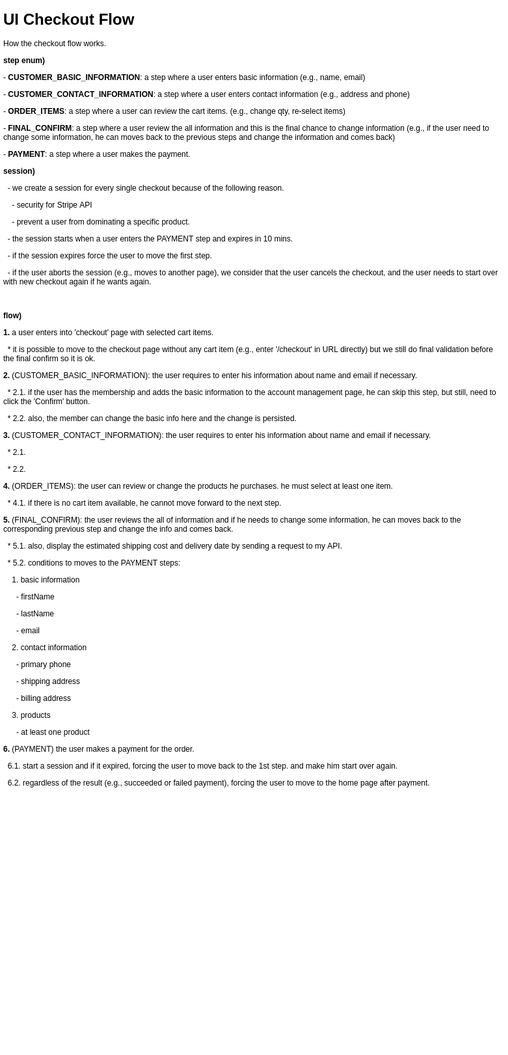
Before: ui-checkout-flow.png, a diagram exported from draw.io (stsiwo/e-commerce-starter-kits). Source tidied: cells renumbered, new cells last; positions are measured from the earlier drawing's top-left corner, leaving out a move shared by most shapes.
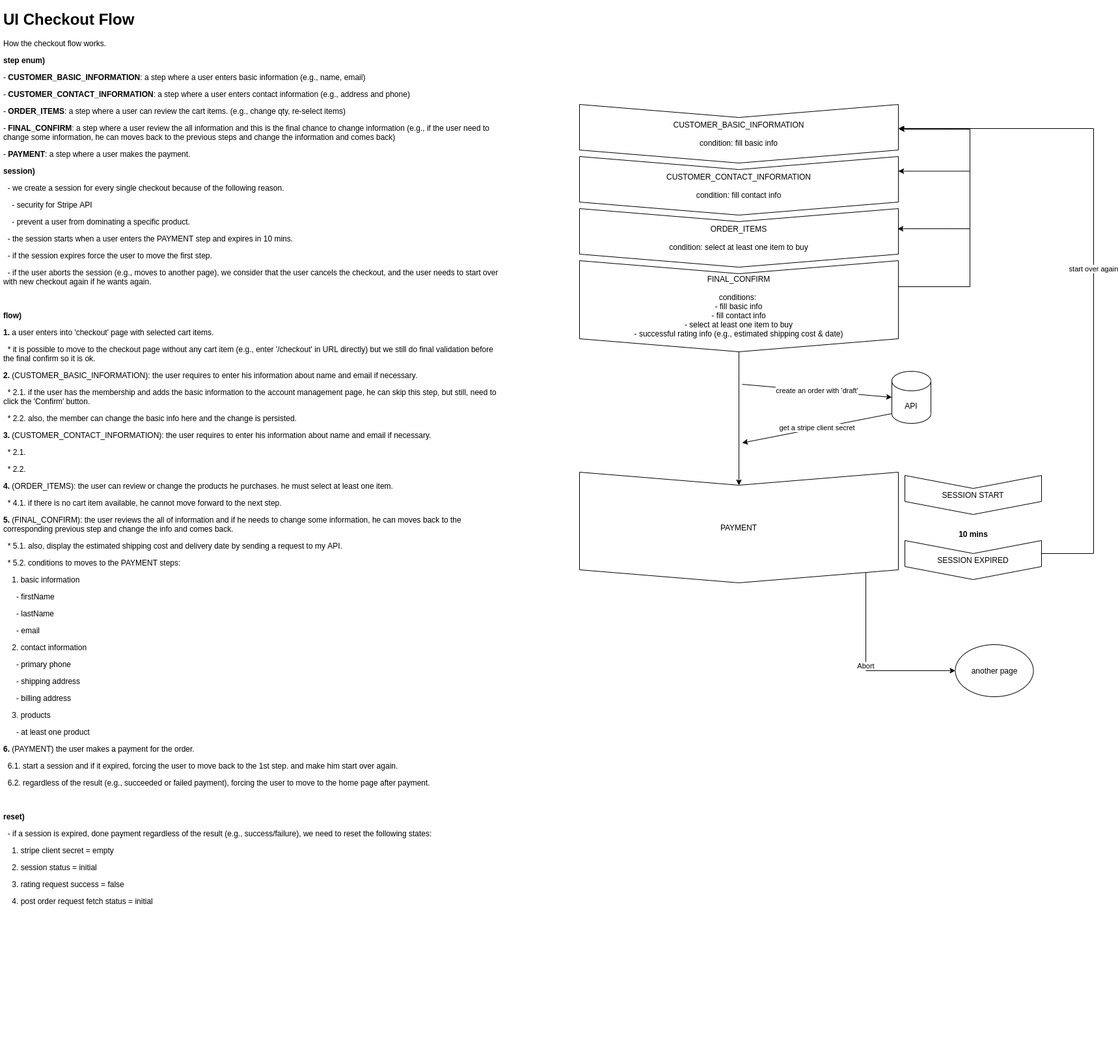
The same diagram one commit later.

Diff of the diagram source:
```diff
@@ -2,8 +2,90 @@
   <root>
     <mxCell id="0" />
     <mxCell id="1" parent="0" />
-    <mxCell id="2" value="&lt;h1&gt;UI Checkout Flow&lt;/h1&gt;&lt;p&gt;How the checkout flow works.&lt;/p&gt;&lt;p&gt;&lt;b&gt;step enum)&lt;/b&gt;&lt;/p&gt;&lt;p&gt;- &lt;b&gt;CUSTOMER_BASIC_INFORMATION&lt;/b&gt;: a step where a user enters basic information (e.g., name, email)&lt;/p&gt;&lt;p&gt;- &lt;b&gt;CUSTOMER_CONTACT_INFORMATION&lt;/b&gt;: a step where a user enters contact information (e.g., address and phone)&lt;/p&gt;&lt;p&gt;- &lt;b&gt;ORDER_ITEMS&lt;/b&gt;: a step where a user can review the cart items. (e.g., change qty, re-select items)&lt;/p&gt;&lt;p&gt;- &lt;b&gt;FINAL_CONFIRM&lt;/b&gt;: a step where a user review the all information and this is the final chance to change information (e.g., if the user need to change some information, he can moves back to the previous steps and change the information and comes back)&lt;/p&gt;&lt;p&gt;- &lt;b&gt;PAYMENT&lt;/b&gt;: a step where a user makes the payment.&lt;/p&gt;&lt;p&gt;&lt;b&gt;session)&lt;/b&gt;&lt;/p&gt;&lt;p&gt;&lt;b&gt;&amp;nbsp; &lt;/b&gt;- we create a session for every single checkout because of the following reason.&lt;/p&gt;&lt;p&gt;&amp;nbsp; &amp;nbsp; - security for Stripe API&lt;/p&gt;&lt;p&gt;&amp;nbsp; &amp;nbsp; - prevent a user from dominating a specific product.&lt;/p&gt;&lt;p&gt;&amp;nbsp; - the session starts when a user enters the PAYMENT step and expires in 10 mins.&lt;/p&gt;&lt;p&gt;&amp;nbsp; - if the session expires force the user to move the first step.&amp;nbsp;&lt;/p&gt;&lt;p&gt;&amp;nbsp; - if the user aborts the session (e.g., moves to another page), we consider that the user cancels the checkout, and the user needs to start over with new checkout again if he wants again.&lt;/p&gt;&lt;p&gt;&lt;br&gt;&lt;/p&gt;&lt;p&gt;&lt;b&gt;flow)&lt;/b&gt;&lt;/p&gt;&lt;p&gt;&lt;b&gt;1.&lt;/b&gt; a user enters into 'checkout' page with selected cart items.&lt;/p&gt;&lt;p&gt;&amp;nbsp; * it is possible to move to the checkout page without any cart item (e.g., enter '/checkout' in URL directly) but we still do final validation before the final confirm so it is ok.&lt;/p&gt;&lt;p&gt;&lt;b&gt;2.&lt;/b&gt; (CUSTOMER_BASIC_INFORMATION): the user requires to enter his information about name and email if necessary.&lt;/p&gt;&lt;p&gt;&amp;nbsp; * 2.1. if the user has the membership and adds the basic information to the account management page, he can skip this step, but still, need to click the 'Confirm' button.&lt;/p&gt;&lt;p&gt;&amp;nbsp; * 2.2. also, the member can change the basic info here and the change is persisted.&lt;/p&gt;&lt;p&gt;&lt;b&gt;3.&lt;/b&gt; (CUSTOMER_CONTACT_INFORMATION): the user requires to enter his information about name and email if necessary.&lt;/p&gt;&lt;p&gt;&amp;nbsp; * 2.1.&amp;nbsp;&lt;/p&gt;&lt;p&gt;&amp;nbsp; * 2.2.&lt;/p&gt;&lt;p&gt;&lt;b&gt;4.&lt;/b&gt; (ORDER_ITEMS): the user can review or change the products he purchases. he must select at least one item.&amp;nbsp;&lt;/p&gt;&lt;p&gt;&amp;nbsp; * 4.1. if there is no cart item available, he cannot move forward to the next step.&amp;nbsp;&lt;/p&gt;&lt;p&gt;&lt;b&gt;5.&lt;/b&gt; (FINAL_CONFIRM): the user reviews the all of information and if he needs to change some information, he can moves back to the corresponding previous step and change the info and comes back.&amp;nbsp;&lt;/p&gt;&lt;p&gt;&amp;nbsp; * 5.1. also, display the estimated shipping cost and delivery date by sending a request to my API.&lt;/p&gt;&lt;p&gt;&amp;nbsp; * 5.2. conditions to moves to the PAYMENT steps:&lt;/p&gt;&lt;p&gt;&amp;nbsp; &amp;nbsp; 1. basic information&lt;/p&gt;&lt;p&gt;&amp;nbsp; &amp;nbsp; &amp;nbsp; - firstName&lt;/p&gt;&lt;p&gt;&amp;nbsp; &amp;nbsp; &amp;nbsp; - lastName&lt;/p&gt;&lt;p&gt;&amp;nbsp; &amp;nbsp; &amp;nbsp; - email&amp;nbsp;&lt;/p&gt;&lt;p&gt;&amp;nbsp; &amp;nbsp; 2. contact information&lt;/p&gt;&lt;p&gt;&amp;nbsp; &amp;nbsp; &amp;nbsp; - primary phone&lt;/p&gt;&lt;p&gt;&amp;nbsp; &amp;nbsp; &amp;nbsp; - shipping address&lt;/p&gt;&lt;p&gt;&amp;nbsp; &amp;nbsp; &amp;nbsp; - billing address&lt;/p&gt;&lt;p&gt;&amp;nbsp; &amp;nbsp; 3. products&lt;/p&gt;&lt;p&gt;&amp;nbsp; &amp;nbsp; &amp;nbsp; - at least one product&lt;/p&gt;&lt;p&gt;&lt;b&gt;6.&lt;/b&gt; (PAYMENT) the user makes a payment for the order.&lt;/p&gt;&lt;p&gt;&amp;nbsp; 6.1. start a session and if it expired, forcing the user to move back to the 1st step. and make him start over again.&lt;/p&gt;&lt;p&gt;&amp;nbsp; 6.2. regardless of the result (e.g., succeeded or failed payment), forcing the user to move to the home page after payment.&amp;nbsp;&amp;nbsp;&lt;/p&gt;&lt;p&gt;&lt;br&gt;&lt;/p&gt;" style="text;html=1;strokeColor=none;fillColor=none;spacing=5;spacingTop=-20;whiteSpace=wrap;overflow=hidden;rounded=0;" parent="1" vertex="1">
+    <mxCell id="2" value="&lt;h1&gt;UI Checkout Flow&lt;/h1&gt;&lt;p&gt;How the checkout flow works.&lt;/p&gt;&lt;p&gt;&lt;b&gt;step enum)&lt;/b&gt;&lt;/p&gt;&lt;p&gt;- &lt;b&gt;CUSTOMER_BASIC_INFORMATION&lt;/b&gt;: a step where a user enters basic information (e.g., name, email)&lt;/p&gt;&lt;p&gt;- &lt;b&gt;CUSTOMER_CONTACT_INFORMATION&lt;/b&gt;: a step where a user enters contact information (e.g., address and phone)&lt;/p&gt;&lt;p&gt;- &lt;b&gt;ORDER_ITEMS&lt;/b&gt;: a step where a user can review the cart items. (e.g., change qty, re-select items)&lt;/p&gt;&lt;p&gt;- &lt;b&gt;FINAL_CONFIRM&lt;/b&gt;: a step where a user review the all information and this is the final chance to change information (e.g., if the user need to change some information, he can moves back to the previous steps and change the information and comes back)&lt;/p&gt;&lt;p&gt;- &lt;b&gt;PAYMENT&lt;/b&gt;: a step where a user makes the payment.&lt;/p&gt;&lt;p&gt;&lt;b&gt;session)&lt;/b&gt;&lt;/p&gt;&lt;p&gt;&lt;b&gt;&amp;nbsp; &lt;/b&gt;- we create a session for every single checkout because of the following reason.&lt;/p&gt;&lt;p&gt;&amp;nbsp; &amp;nbsp; - security for Stripe API&lt;/p&gt;&lt;p&gt;&amp;nbsp; &amp;nbsp; - prevent a user from dominating a specific product.&lt;/p&gt;&lt;p&gt;&amp;nbsp; - the session starts when a user enters the PAYMENT step and expires in 10 mins.&lt;/p&gt;&lt;p&gt;&amp;nbsp; - if the session expires force the user to move the first step.&amp;nbsp;&lt;/p&gt;&lt;p&gt;&amp;nbsp; - if the user aborts the session (e.g., moves to another page), we consider that the user cancels the checkout, and the user needs to start over with new checkout again if he wants again.&lt;/p&gt;&lt;p&gt;&lt;br&gt;&lt;/p&gt;&lt;p&gt;&lt;b&gt;flow)&lt;/b&gt;&lt;/p&gt;&lt;p&gt;&lt;b&gt;1.&lt;/b&gt; a user enters into 'checkout' page with selected cart items.&lt;/p&gt;&lt;p&gt;&amp;nbsp; * it is possible to move to the checkout page without any cart item (e.g., enter '/checkout' in URL directly) but we still do final validation before the final confirm so it is ok.&lt;/p&gt;&lt;p&gt;&lt;b&gt;2.&lt;/b&gt; (CUSTOMER_BASIC_INFORMATION): the user requires to enter his information about name and email if necessary.&lt;/p&gt;&lt;p&gt;&amp;nbsp; * 2.1. if the user has the membership and adds the basic information to the account management page, he can skip this step, but still, need to click the 'Confirm' button.&lt;/p&gt;&lt;p&gt;&amp;nbsp; * 2.2. also, the member can change the basic info here and the change is persisted.&lt;/p&gt;&lt;p&gt;&lt;b&gt;3.&lt;/b&gt; (CUSTOMER_CONTACT_INFORMATION): the user requires to enter his information about name and email if necessary.&lt;/p&gt;&lt;p&gt;&amp;nbsp; * 2.1.&amp;nbsp;&lt;/p&gt;&lt;p&gt;&amp;nbsp; * 2.2.&lt;/p&gt;&lt;p&gt;&lt;b&gt;4.&lt;/b&gt; (ORDER_ITEMS): the user can review or change the products he purchases. he must select at least one item.&amp;nbsp;&lt;/p&gt;&lt;p&gt;&amp;nbsp; * 4.1. if there is no cart item available, he cannot move forward to the next step.&amp;nbsp;&lt;/p&gt;&lt;p&gt;&lt;b&gt;5.&lt;/b&gt; (FINAL_CONFIRM): the user reviews the all of information and if he needs to change some information, he can moves back to the corresponding previous step and change the info and comes back.&amp;nbsp;&lt;/p&gt;&lt;p&gt;&amp;nbsp; * 5.1. also, display the estimated shipping cost and delivery date by sending a request to my API.&lt;/p&gt;&lt;p&gt;&amp;nbsp; * 5.2. conditions to moves to the PAYMENT steps:&lt;/p&gt;&lt;p&gt;&amp;nbsp; &amp;nbsp; 1. basic information&lt;/p&gt;&lt;p&gt;&amp;nbsp; &amp;nbsp; &amp;nbsp; - firstName&lt;/p&gt;&lt;p&gt;&amp;nbsp; &amp;nbsp; &amp;nbsp; - lastName&lt;/p&gt;&lt;p&gt;&amp;nbsp; &amp;nbsp; &amp;nbsp; - email&amp;nbsp;&lt;/p&gt;&lt;p&gt;&amp;nbsp; &amp;nbsp; 2. contact information&lt;/p&gt;&lt;p&gt;&amp;nbsp; &amp;nbsp; &amp;nbsp; - primary phone&lt;/p&gt;&lt;p&gt;&amp;nbsp; &amp;nbsp; &amp;nbsp; - shipping address&lt;/p&gt;&lt;p&gt;&amp;nbsp; &amp;nbsp; &amp;nbsp; - billing address&lt;/p&gt;&lt;p&gt;&amp;nbsp; &amp;nbsp; 3. products&lt;/p&gt;&lt;p&gt;&amp;nbsp; &amp;nbsp; &amp;nbsp; - at least one product&lt;/p&gt;&lt;p&gt;&lt;b&gt;6.&lt;/b&gt; (PAYMENT) the user makes a payment for the order.&lt;/p&gt;&lt;p&gt;&amp;nbsp; 6.1. start a session and if it expired, forcing the user to move back to the 1st step. and make him start over again.&lt;/p&gt;&lt;p&gt;&amp;nbsp; 6.2. regardless of the result (e.g., succeeded or failed payment), forcing the user to move to the home page after payment.&amp;nbsp;&amp;nbsp;&lt;/p&gt;&lt;p&gt;&lt;br&gt;&lt;/p&gt;&lt;p&gt;&lt;b&gt;reset)&lt;/b&gt;&lt;/p&gt;&lt;p&gt;&amp;nbsp; - if a session is expired, done payment regardless of the result (e.g., success/failure), we need to reset the following states:&lt;/p&gt;&lt;p&gt;&amp;nbsp; &amp;nbsp; 1. stripe client secret = empty&lt;/p&gt;&lt;p&gt;&amp;nbsp; &amp;nbsp; 2. session status = initial&lt;/p&gt;&lt;p&gt;&amp;nbsp; &amp;nbsp; 3. rating request success = false&lt;/p&gt;&lt;p&gt;&amp;nbsp; &amp;nbsp; 4. post order request fetch status = initial&lt;/p&gt;" style="text;html=1;strokeColor=none;fillColor=none;spacing=5;spacingTop=-20;whiteSpace=wrap;overflow=hidden;rounded=0;" parent="1" vertex="1">
       <mxGeometry width="780" height="1610" as="geometry" />
     </mxCell>
+    <mxCell id="3" value="CUSTOMER_BASIC_INFORMATION&lt;br&gt;&lt;br&gt;condition: fill basic info" style="shape=step;perimeter=stepPerimeter;whiteSpace=wrap;html=1;fixedSize=1;direction=south;" parent="1" vertex="1">
+      <mxGeometry x="890" y="150" width="490" height="90" as="geometry" />
+    </mxCell>
+    <mxCell id="4" value="CUSTOMER_CONTACT_INFORMATION&lt;br&gt;&lt;br&gt;condition: fill contact info" style="shape=step;perimeter=stepPerimeter;whiteSpace=wrap;html=1;fixedSize=1;direction=south;" parent="1" vertex="1">
+      <mxGeometry x="890" y="230" width="490" height="90" as="geometry" />
+    </mxCell>
+    <mxCell id="5" value="ORDER_ITEMS&lt;br&gt;&lt;br&gt;condition: select at least one item to buy" style="shape=step;perimeter=stepPerimeter;whiteSpace=wrap;html=1;fixedSize=1;direction=south;" parent="1" vertex="1">
+      <mxGeometry x="890" y="310" width="490" height="90" as="geometry" />
+    </mxCell>
+    <mxCell id="6" style="edgeStyle=orthogonalEdgeStyle;rounded=0;jettySize=auto;html=1;entryX=0.422;entryY=-0.002;entryDx=0;entryDy=0;entryPerimeter=0;" parent="1" edge="1" source="10" target="3">
+      <mxGeometry relative="1" as="geometry">
+        <Array as="points">
+          <mxPoint x="1490" y="430" />
+          <mxPoint x="1490" y="188" />
+        </Array>
+      </mxGeometry>
+    </mxCell>
+    <mxCell id="7" style="edgeStyle=orthogonalEdgeStyle;rounded=0;jettySize=auto;html=1;entryX=0.25;entryY=0;entryDx=0;entryDy=0;" parent="1" edge="1" source="10" target="4">
+      <mxGeometry relative="1" as="geometry">
+        <Array as="points">
+          <mxPoint x="1490" y="430" />
+          <mxPoint x="1490" y="253" />
+        </Array>
+      </mxGeometry>
+    </mxCell>
+    <mxCell id="8" style="edgeStyle=orthogonalEdgeStyle;rounded=0;jettySize=auto;html=1;entryX=0.344;entryY=0.002;entryDx=0;entryDy=0;entryPerimeter=0;" parent="1" edge="1" source="10" target="5">
+      <mxGeometry relative="1" as="geometry">
+        <Array as="points">
+          <mxPoint x="1490" y="430" />
+          <mxPoint x="1490" y="341" />
+        </Array>
+      </mxGeometry>
+    </mxCell>
+    <mxCell id="9" style="edgeStyle=orthogonalEdgeStyle;rounded=0;jettySize=auto;html=1;entryX=0;entryY=0.5;entryDx=0;entryDy=0;" parent="1" edge="1" source="10" target="12">
+      <mxGeometry relative="1" as="geometry" />
+    </mxCell>
+    <mxCell id="10" value="FINAL_CONFIRM&lt;br&gt;&lt;br&gt;conditions:&amp;nbsp;&lt;br&gt;- fill basic info&lt;br&gt;- fill contact info&lt;br&gt;- select at least one item to buy&lt;br&gt;- successful rating info (e.g., estimated shipping cost &amp;amp; date)" style="shape=step;perimeter=stepPerimeter;whiteSpace=wrap;html=1;fixedSize=1;direction=south;" parent="1" vertex="1">
+      <mxGeometry x="890" y="390" width="490" height="140" as="geometry" />
+    </mxCell>
+    <mxCell id="11" value="Abort" style="edgeStyle=orthogonalEdgeStyle;rounded=0;jettySize=auto;html=1;entryX=0;entryY=0.5;entryDx=0;entryDy=0;" parent="1" edge="1" source="12" target="17">
+      <mxGeometry relative="1" as="geometry">
+        <Array as="points">
+          <mxPoint x="1330" y="800" />
+        </Array>
+      </mxGeometry>
+    </mxCell>
+    <mxCell id="12" value="PAYMENT" style="shape=step;perimeter=stepPerimeter;whiteSpace=wrap;html=1;fixedSize=1;direction=south;" parent="1" vertex="1">
+      <mxGeometry x="890" y="715" width="490" height="170" as="geometry" />
+    </mxCell>
+    <mxCell id="13" value="SESSION START" style="shape=step;perimeter=stepPerimeter;whiteSpace=wrap;html=1;fixedSize=1;direction=south;" parent="1" vertex="1">
+      <mxGeometry x="1390" y="720" width="210" height="60" as="geometry" />
+    </mxCell>
+    <mxCell id="14" value="start over again" style="edgeStyle=orthogonalEdgeStyle;rounded=0;jettySize=auto;html=1;entryX=0.411;entryY=0;entryDx=0;entryDy=0;entryPerimeter=0;" parent="1" edge="1" source="15" target="3">
+      <mxGeometry relative="1" as="geometry">
+        <Array as="points">
+          <mxPoint x="1680" y="840" />
+          <mxPoint x="1680" y="187" />
+        </Array>
+      </mxGeometry>
+    </mxCell>
+    <mxCell id="15" value="SESSION EXPIRED" style="shape=step;perimeter=stepPerimeter;whiteSpace=wrap;html=1;fixedSize=1;direction=south;" parent="1" vertex="1">
+      <mxGeometry x="1390" y="820" width="210" height="60" as="geometry" />
+    </mxCell>
+    <mxCell id="16" value="&lt;b&gt;10 mins&lt;/b&gt;" style="text;html=1;strokeColor=none;fillColor=none;align=center;verticalAlign=middle;whiteSpace=wrap;rounded=0;" parent="1" vertex="1">
+      <mxGeometry x="1467.5" y="800" width="55" height="20" as="geometry" />
+    </mxCell>
+    <mxCell id="17" value="another page" style="ellipse;whiteSpace=wrap;html=1;" parent="1" vertex="1">
+      <mxGeometry x="1467.5" y="980" width="120" height="80" as="geometry" />
+    </mxCell>
+    <mxCell id="18" value="API" style="shape=cylinder3;whiteSpace=wrap;html=1;boundedLbl=1;backgroundOutline=1;size=15;" parent="1" vertex="1">
+      <mxGeometry x="1370" y="560" width="60" height="80" as="geometry" />
+    </mxCell>
+    <mxCell id="19" value="create an order with 'draft'" style="endArrow=classic;html=1;entryX=0;entryY=0.5;entryDx=0;entryDy=0;entryPerimeter=0;" parent="1" edge="1" target="18">
+      <mxGeometry relative="1" as="geometry">
+        <mxPoint x="1140" y="580" as="sourcePoint" />
+      </mxGeometry>
+    </mxCell>
+    <mxCell id="20" value="get a stripe client secret" style="endArrow=classic;html=1;exitX=0;exitY=1;exitDx=0;exitDy=-15;exitPerimeter=0;" parent="1" edge="1" source="18">
+      <mxGeometry relative="1" as="geometry">
+        <mxPoint x="1140" y="670" as="targetPoint" />
+      </mxGeometry>
+    </mxCell>
   </root>
 </mxGraphModel>
```
